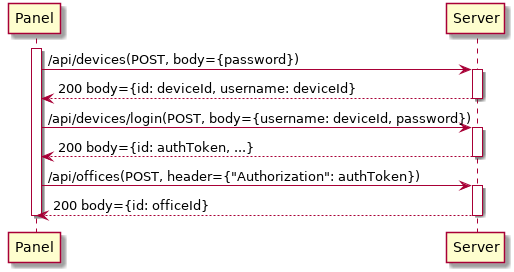
tdelta/pfoertner keeps this PlantUML diagram as diagrams/officeCreation.png. Above is the earlier version. Source of this version:
```plantuml
@startuml
activate Panel
Panel -> Server : /api/devices(POST, body={password})
activate Server
Panel <-- Server : 200 body={id: deviceId, username: deviceId}
deactivate Server
Panel -> Server : /api/devices/login(POST, body={username: deviceId, password})
activate Server
Panel <-- Server : 200 body={id: authToken, ...}
deactivate Server
Panel -> Server : /api/offices(POST, header={"Authorization": authToken})
activate Server
Panel <-- Server : 200 body={id: officeId}
deactivate Server
deactivate Panel
@enduml
```
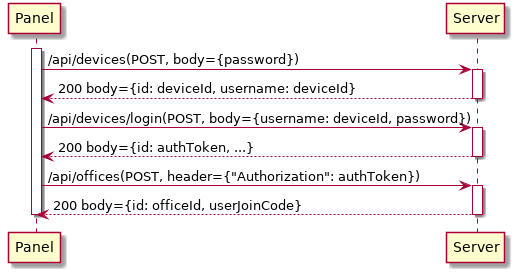
After the commit.

Commit message:
Changed diagrams: only return userJoinCode on office creation

What changed in the source:
```diff
@@ -10,7 +10,7 @@
 deactivate Server
 Panel -> Server : /api/offices(POST, header={"Authorization": authToken})
 activate Server
-Panel <-- Server : 200 body={id: officeId}
+Panel <-- Server : 200 body={id: officeId, userJoinCode}
 deactivate Server
 deactivate Panel
 @enduml
```
